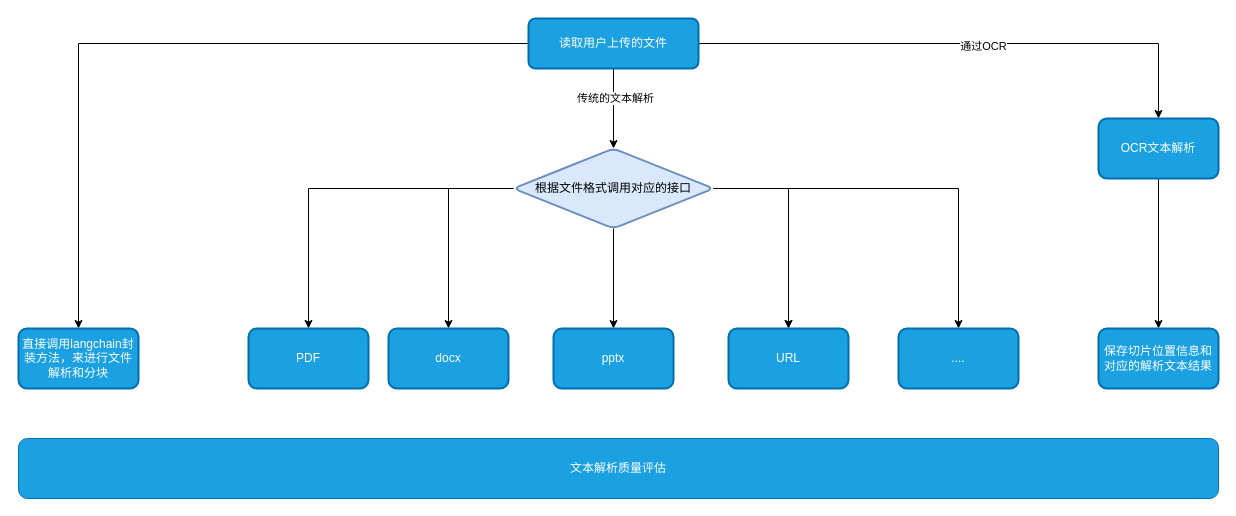
qiutian-patsnap/draw_io keeps this draw.io diagram as rag.drawio. Above is the earlier version. Source tidied: cells renumbered, new cells numbered last; positions are measured from the earlier drawing's top-left corner, leaving out a move shared by most shapes. Both pictures are drawn from the tidied source at 100%, with x=0, y=0 at pixel (18, 18).
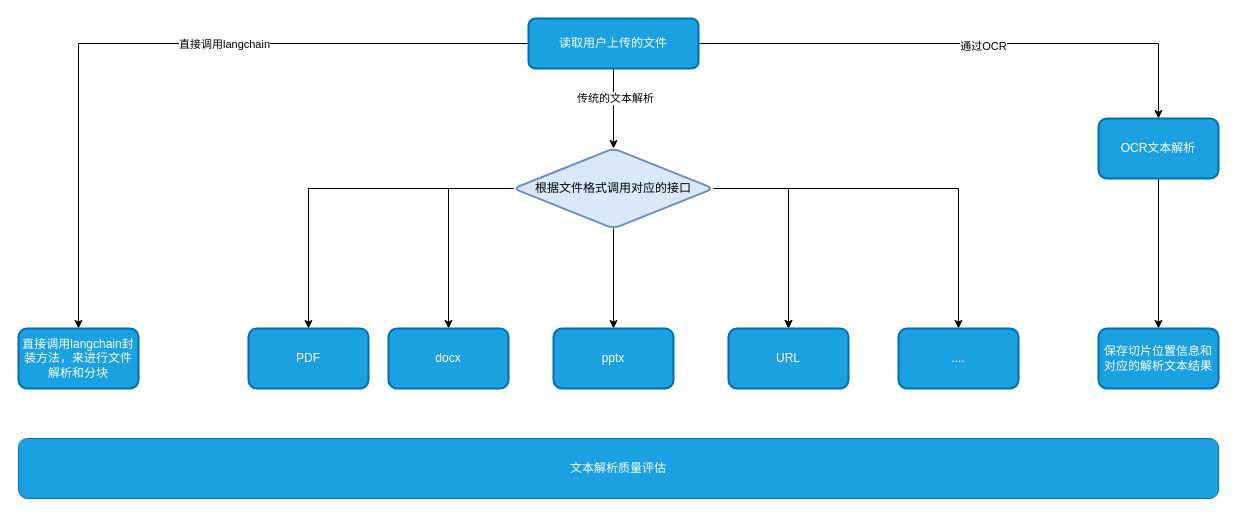
The same diagram, later.

The change refers to these unchanged cells:
```xml
<mxCell id="6" style="edgeStyle=orthogonalEdgeStyle;rounded=0;jettySize=auto;html=1;" parent="1" edge="1" source="7" target="23">
  <mxGeometry relative="1" as="geometry" />
</mxCell>
```

What changed in the source:
```diff
@@
+    <mxCell id="25" value="直接调用langchain" style="edgeLabel;html=1;align=center;verticalAlign=middle;" parent="6" vertex="1">
+      <mxGeometry x="-0.17" relative="1" as="geometry" />
+    </mxCell>
```
